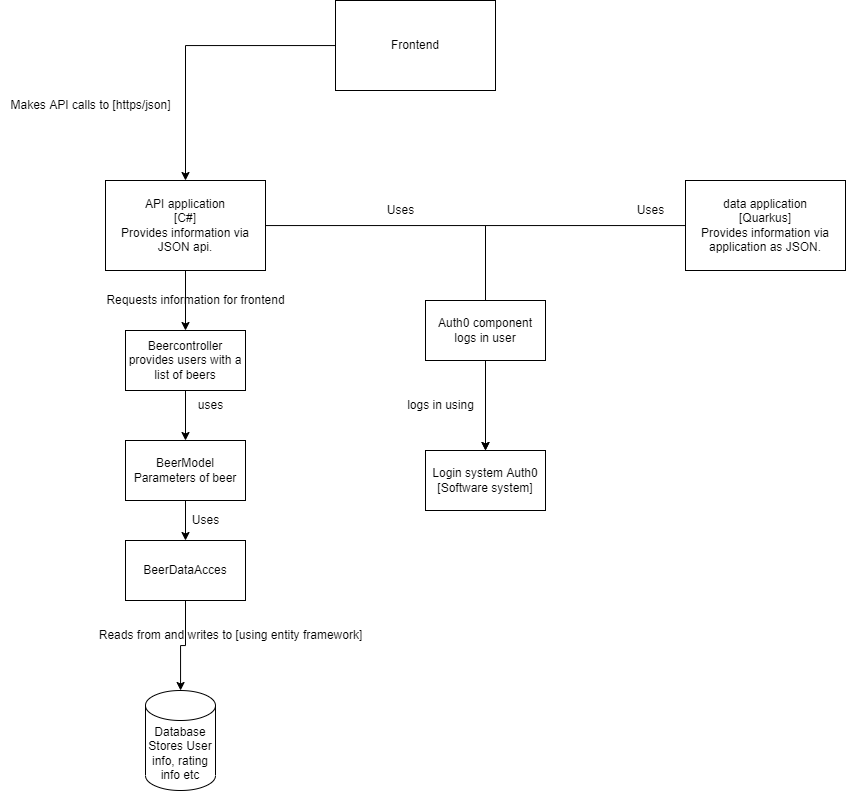
Before: IP/Documentation/C4 Model Layer 3.png, a diagram exported from draw.io (JManders07/Portfolio-s3). Source tidied: cells renumbered, new cells last; positions are measured from the earlier drawing's top-left corner, leaving out a move shared by most shapes. Source of this version:
```xml
<mxGraphModel>
  <root>
    <mxCell id="0" />
    <mxCell id="1" parent="0" />
    <mxCell id="2" value="Login system Auth0&lt;br&gt;[Software system]" style="rounded=0;whiteSpace=wrap;html=1;" parent="1" vertex="1">
      <mxGeometry x="425" y="450" width="120" height="60" as="geometry" />
    </mxCell>
    <mxCell id="3" style="edgeStyle=orthogonalEdgeStyle;rounded=0;jettySize=auto;html=1;" parent="1" edge="1" source="5" target="2">
      <mxGeometry relative="1" as="geometry" />
    </mxCell>
    <mxCell id="4" style="edgeStyle=orthogonalEdgeStyle;rounded=0;jettySize=auto;html=1;" parent="1" edge="1" source="5" target="14">
      <mxGeometry relative="1" as="geometry" />
    </mxCell>
    <mxCell id="5" value="API application&lt;br&gt;[C#]&lt;br&gt;Provides information via JSON api." style="rounded=0;whiteSpace=wrap;html=1;" parent="1" vertex="1">
      <mxGeometry x="105" y="180" width="160" height="90" as="geometry" />
    </mxCell>
    <mxCell id="6" style="edgeStyle=orthogonalEdgeStyle;rounded=0;jettySize=auto;html=1;" parent="1" edge="1" source="7" target="2">
      <mxGeometry relative="1" as="geometry" />
    </mxCell>
    <mxCell id="7" value="data application&lt;br&gt;[Quarkus]&lt;br&gt;Provides information via application as JSON." style="rounded=0;whiteSpace=wrap;html=1;" parent="1" vertex="1">
      <mxGeometry x="685" y="180" width="160" height="90" as="geometry" />
    </mxCell>
    <mxCell id="8" value="Database&lt;br&gt;Stores User info, rating info etc" style="shape=cylinder3;whiteSpace=wrap;html=1;boundedLbl=1;backgroundOutline=1;size=15;" parent="1" vertex="1">
      <mxGeometry x="145" y="690" width="70" height="100" as="geometry" />
    </mxCell>
    <mxCell id="9" value="Uses&lt;br&gt;" style="text;html=1;align=center;verticalAlign=middle;strokeColor=none;fillColor=none;" parent="1" vertex="1">
      <mxGeometry x="375" y="195" width="50" height="30" as="geometry" />
    </mxCell>
    <mxCell id="10" value="Uses" style="text;html=1;align=center;verticalAlign=middle;strokeColor=none;fillColor=none;" parent="1" vertex="1">
      <mxGeometry x="625" y="195" width="50" height="30" as="geometry" />
    </mxCell>
    <mxCell id="11" value="Auth0 component&lt;br&gt;logs in user" style="rounded=0;whiteSpace=wrap;html=1;" parent="1" vertex="1">
      <mxGeometry x="425" y="300" width="120" height="60" as="geometry" />
    </mxCell>
    <mxCell id="12" value="logs in using" style="text;html=1;align=center;verticalAlign=middle;strokeColor=none;fillColor=none;" parent="1" vertex="1">
      <mxGeometry x="395" y="390" width="90" height="30" as="geometry" />
    </mxCell>
    <mxCell id="13" style="edgeStyle=orthogonalEdgeStyle;rounded=0;jettySize=auto;html=1;" parent="1" edge="1" source="14" target="17">
      <mxGeometry relative="1" as="geometry" />
    </mxCell>
    <mxCell id="14" value="Beercontroller&lt;br&gt;provides users with a list of beers" style="rounded=0;whiteSpace=wrap;html=1;" parent="1" vertex="1">
      <mxGeometry x="125" y="330" width="120" height="60" as="geometry" />
    </mxCell>
    <mxCell id="15" value="Requests information for frontend" style="text;html=1;align=center;verticalAlign=middle;strokeColor=none;fillColor=none;" parent="1" vertex="1">
      <mxGeometry x="95" y="285" width="200" height="30" as="geometry" />
    </mxCell>
    <mxCell id="16" style="edgeStyle=orthogonalEdgeStyle;rounded=0;jettySize=auto;html=1;" parent="1" edge="1" source="17" target="20">
      <mxGeometry relative="1" as="geometry" />
    </mxCell>
    <mxCell id="17" value="BeerModel&lt;br&gt;Parameters of beer" style="rounded=0;whiteSpace=wrap;html=1;" parent="1" vertex="1">
      <mxGeometry x="125" y="440" width="120" height="60" as="geometry" />
    </mxCell>
    <mxCell id="18" value="uses" style="text;html=1;align=center;verticalAlign=middle;strokeColor=none;fillColor=none;" parent="1" vertex="1">
      <mxGeometry x="185" y="390" width="50" height="30" as="geometry" />
    </mxCell>
    <mxCell id="19" style="edgeStyle=orthogonalEdgeStyle;rounded=0;jettySize=auto;html=1;" parent="1" edge="1" source="20" target="8">
      <mxGeometry relative="1" as="geometry" />
    </mxCell>
    <mxCell id="20" value="BeerDataAcces" style="rounded=0;whiteSpace=wrap;html=1;" parent="1" vertex="1">
      <mxGeometry x="125" y="540" width="120" height="60" as="geometry" />
    </mxCell>
    <mxCell id="21" value="Uses" style="text;html=1;align=center;verticalAlign=middle;strokeColor=none;fillColor=none;" parent="1" vertex="1">
      <mxGeometry x="180" y="505" width="50" height="30" as="geometry" />
    </mxCell>
    <mxCell id="22" value="Reads from and writes to [using entity framework]" style="text;html=1;align=center;verticalAlign=middle;strokeColor=none;fillColor=none;" parent="1" vertex="1">
      <mxGeometry x="85" y="620" width="290" height="30" as="geometry" />
    </mxCell>
    <mxCell id="23" style="edgeStyle=orthogonalEdgeStyle;rounded=0;jettySize=auto;html=1;" parent="1" edge="1" source="24" target="5">
      <mxGeometry relative="1" as="geometry" />
    </mxCell>
    <mxCell id="24" value="Frontend" style="rounded=0;whiteSpace=wrap;html=1;" parent="1" vertex="1">
      <mxGeometry x="335" width="160" height="90" as="geometry" />
    </mxCell>
    <mxCell id="25" value="Makes API calls to [https/json]" style="text;html=1;align=center;verticalAlign=middle;strokeColor=none;fillColor=none;" parent="1" vertex="1">
      <mxGeometry y="90" width="180" height="30" as="geometry" />
    </mxCell>
  </root>
</mxGraphModel>
```
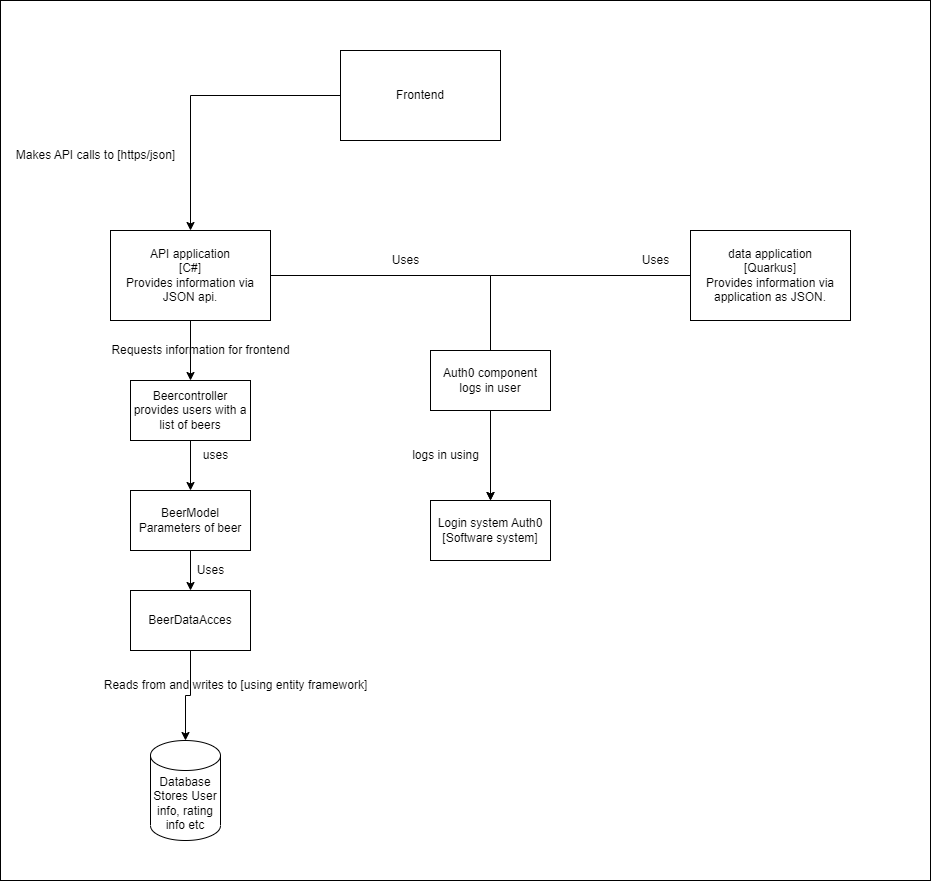
The same diagram one commit later.

Change to the diagram source:
```diff
@@ -2,6 +2,9 @@
   <root>
     <mxCell id="0" />
     <mxCell id="1" parent="0" />
+    <mxCell id="26" style="rounded=0;whiteSpace=wrap;html=1;" parent="1" vertex="1">
+      <mxGeometry x="-5" y="-50" width="930" height="880" as="geometry" />
+    </mxCell>
     <mxCell id="2" value="Login system Auth0&lt;br&gt;[Software system]" style="rounded=0;whiteSpace=wrap;html=1;" parent="1" vertex="1">
       <mxGeometry x="425" y="450" width="120" height="60" as="geometry" />
     </mxCell>
```
